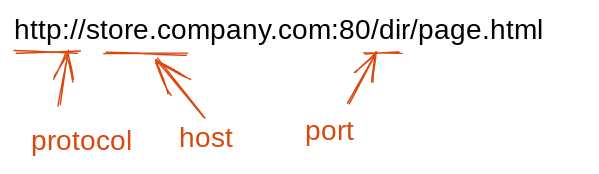
zjxystudent/note keeps this Excalidraw diagram as assert/Excalidraw/origin.excalidraw.svg. Above is the earlier version. Source tidied: one line per element, renumbered; positions are measured from the earlier drawing's top-left corner, leaving out a move shared by most shapes. The source it was exported from:
```json
{"id": 0, "type": "text", "text": "http://store.company.com:80/dir/page.html", "strokeColor": "#000000", "strokeWidth": 1, "roughness": 1, "fontSize": 20, "fontFamily": 1, "x": 0, "y": 0, "width": 408, "height": 25}
{"id": 1, "type": "line", "strokeColor": "#d9480f", "strokeWidth": 1, "roughness": 1, "round": true, "x": 1, "y": 27, "width": 45, "height": 0, "points": [[0, 0], [45, 0]]}
{"id": 2, "type": "arrow", "strokeColor": "#d9480f", "strokeWidth": 1, "roughness": 1, "endArrowhead": "arrow", "round": true, "from": 3, "to": 0, "x": 32, "y": 66, "width": 6, "height": 40, "points": [[0, 0], [6, -40]]}
{"id": 3, "type": "text", "text": "protocol", "strokeColor": "#d9480f", "strokeWidth": 1, "roughness": 1, "fontSize": 20, "fontFamily": 1, "x": 12, "y": 79, "width": 79, "height": 25}
{"id": 4, "type": "line", "strokeColor": "#d9480f", "strokeWidth": 1, "roughness": 1, "round": true, "x": 65, "y": 28, "width": 59, "height": 0, "points": [[0, 0], [59, 0]]}
{"id": 5, "type": "arrow", "strokeColor": "#d9480f", "strokeWidth": 1, "roughness": 1, "endArrowhead": "arrow", "round": true, "from": 9, "to": 0, "x": 135, "y": 73, "width": 33, "height": 41, "points": [[0, 0], [-33, -41]]}
{"id": 6, "type": "text", "text": "port", "strokeColor": "#d9480f", "strokeWidth": 1, "roughness": 1, "fontSize": 20, "fontFamily": 1, "x": 208, "y": 72, "width": 42, "height": 25}
{"id": 7, "type": "line", "strokeColor": "#d9480f", "strokeWidth": 1, "roughness": 1, "round": true, "x": 250, "y": 28, "width": 26, "height": 0, "points": [[0, 0], [26, 0]]}
{"id": 8, "type": "arrow", "strokeColor": "#d9480f", "strokeWidth": 1, "roughness": 1, "endArrowhead": "arrow", "round": true, "from": 6, "to": 0, "x": 239, "y": 63, "width": 21, "height": 36, "points": [[0, 0], [21, -36]]}
{"id": 9, "type": "text", "text": "host", "strokeColor": "#d9480f", "strokeWidth": 1, "roughness": 1, "fontSize": 20, "fontFamily": 1, "x": 118, "y": 77, "width": 44, "height": 25}
```
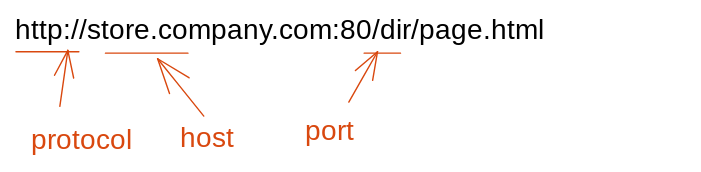
Above is the later version.

What changed in the source:
```diff
@@ -1,10 +1,10 @@
-{"id": 0, "type": "text", "text": "http://store.company.com:80/dir/page.html", "strokeColor": "#000000", "strokeWidth": 1, "roughness": 1, "fontSize": 20, "fontFamily": 1, "x": 0, "y": 0, "width": 408, "height": 25}
+{"id": 0, "type": "text", "text": "http://store.company.com:80/dir/page.html", "strokeColor": "#000000", "strokeWidth": 1, "roughness": 0, "fontSize": 20, "fontFamily": 3, "x": 0, "y": 0, "width": 480, "height": 24}
-{"id": 1, "type": "line", "strokeColor": "#d9480f", "strokeWidth": 1, "roughness": 1, "round": true, "x": 1, "y": 27, "width": 45, "height": 0, "points": [[0, 0], [45, 0]]}
+{"id": 1, "type": "line", "strokeColor": "#d9480f", "strokeWidth": 1, "roughness": 0, "round": true, "x": 1, "y": 27, "width": 45, "height": 0, "points": [[0, 0], [45, 0]]}
-{"id": 2, "type": "arrow", "strokeColor": "#d9480f", "strokeWidth": 1, "roughness": 1, "endArrowhead": "arrow", "round": true, "from": 3, "to": 0, "x": 32, "y": 66, "width": 6, "height": 40, "points": [[0, 0], [6, -40]]}
+{"id": 2, "type": "arrow", "strokeColor": "#d9480f", "strokeWidth": 1, "roughness": 0, "endArrowhead": "arrow", "round": true, "from": 3, "to": 0, "x": 32, "y": 66, "width": 6, "height": 40, "points": [[0, 0], [6, -40]]}
-{"id": 3, "type": "text", "text": "protocol", "strokeColor": "#d9480f", "strokeWidth": 1, "roughness": 1, "fontSize": 20, "fontFamily": 1, "x": 12, "y": 79, "width": 79, "height": 25}
+{"id": 3, "type": "text", "text": "protocol", "strokeColor": "#d9480f", "strokeWidth": 1, "roughness": 0, "fontSize": 20, "fontFamily": 3, "x": 12, "y": 79, "width": 94, "height": 24}
-{"id": 4, "type": "line", "strokeColor": "#d9480f", "strokeWidth": 1, "roughness": 1, "round": true, "x": 65, "y": 28, "width": 59, "height": 0, "points": [[0, 0], [59, 0]]}
+{"id": 4, "type": "line", "strokeColor": "#d9480f", "strokeWidth": 1, "roughness": 0, "round": true, "x": 65, "y": 28, "width": 59, "height": 0, "points": [[0, 0], [59, 0]]}
-{"id": 5, "type": "arrow", "strokeColor": "#d9480f", "strokeWidth": 1, "roughness": 1, "endArrowhead": "arrow", "round": true, "from": 9, "to": 0, "x": 135, "y": 73, "width": 33, "height": 41, "points": [[0, 0], [-33, -41]]}
+{"id": 5, "type": "arrow", "strokeColor": "#d9480f", "strokeWidth": 1, "roughness": 0, "endArrowhead": "arrow", "round": true, "from": 9, "to": 0, "x": 135, "y": 73, "width": 33, "height": 41, "points": [[0, 0], [-33, -41]]}
-{"id": 6, "type": "text", "text": "port", "strokeColor": "#d9480f", "strokeWidth": 1, "roughness": 1, "fontSize": 20, "fontFamily": 1, "x": 208, "y": 72, "width": 42, "height": 25}
+{"id": 6, "type": "text", "text": "port", "strokeColor": "#d9480f", "strokeWidth": 1, "roughness": 0, "fontSize": 20, "fontFamily": 3, "x": 208, "y": 72, "width": 47, "height": 24}
-{"id": 7, "type": "line", "strokeColor": "#d9480f", "strokeWidth": 1, "roughness": 1, "round": true, "x": 250, "y": 28, "width": 26, "height": 0, "points": [[0, 0], [26, 0]]}
+{"id": 7, "type": "line", "strokeColor": "#d9480f", "strokeWidth": 1, "roughness": 0, "round": true, "x": 250, "y": 28, "width": 26, "height": 0, "points": [[0, 0], [26, 0]]}
-{"id": 8, "type": "arrow", "strokeColor": "#d9480f", "strokeWidth": 1, "roughness": 1, "endArrowhead": "arrow", "round": true, "from": 6, "to": 0, "x": 239, "y": 63, "width": 21, "height": 36, "points": [[0, 0], [21, -36]]}
+{"id": 8, "type": "arrow", "strokeColor": "#d9480f", "strokeWidth": 1, "roughness": 0, "endArrowhead": "arrow", "round": true, "from": 6, "to": 0, "x": 239, "y": 63, "width": 21, "height": 36, "points": [[0, 0], [21, -36]]}
-{"id": 9, "type": "text", "text": "host", "strokeColor": "#d9480f", "strokeWidth": 1, "roughness": 1, "fontSize": 20, "fontFamily": 1, "x": 118, "y": 77, "width": 44, "height": 25}
+{"id": 9, "type": "text", "text": "host", "strokeColor": "#d9480f", "strokeWidth": 1, "roughness": 0, "fontSize": 20, "fontFamily": 3, "x": 118, "y": 77, "width": 47, "height": 24}
```
